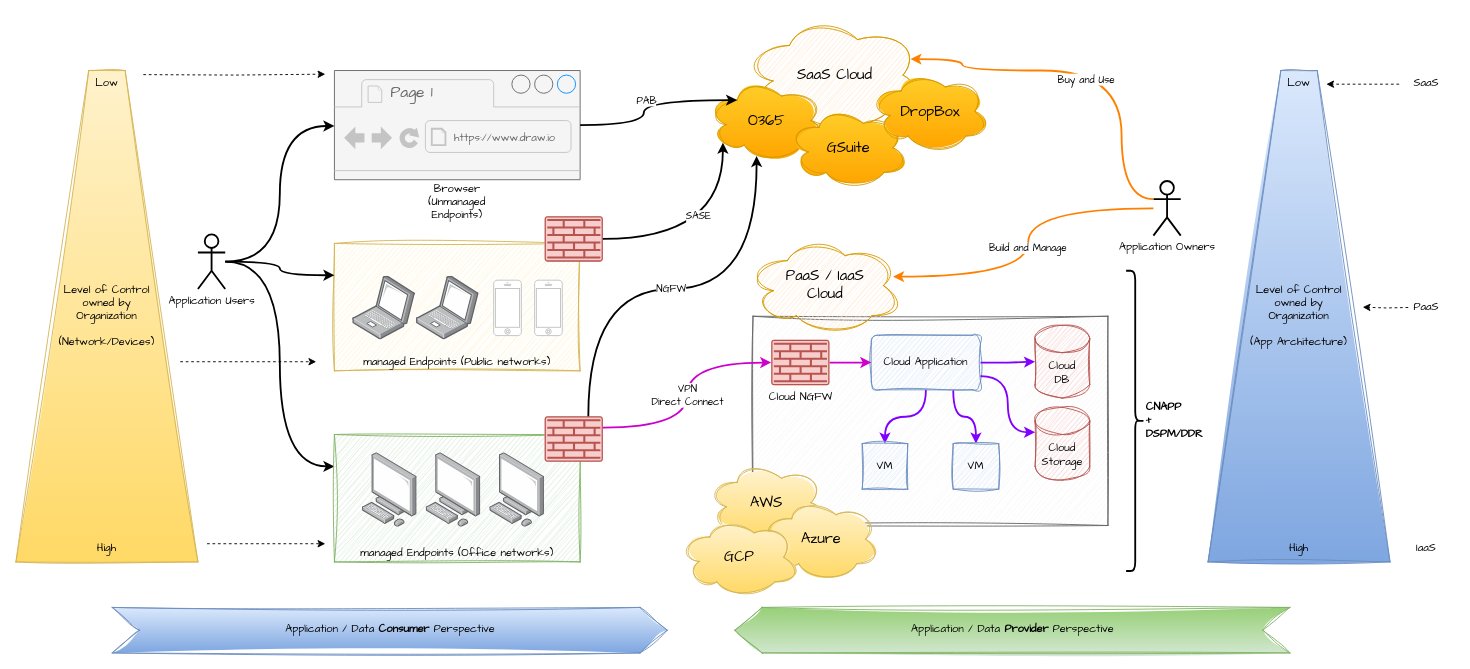
The draw.io diagram page "Page-2" (2 of 2) of Prisma Cloud - DSPM Architecture.drawio in billhoph/whiteboards, before the edit. Source tidied: cells renumbered, new cells numbered last; positions are measured from the earlier drawing's top-left corner, leaving out a move shared by most shapes. Both pictures are drawn from the tidied source at 91%, with x=0, y=0 at pixel (15, 15).
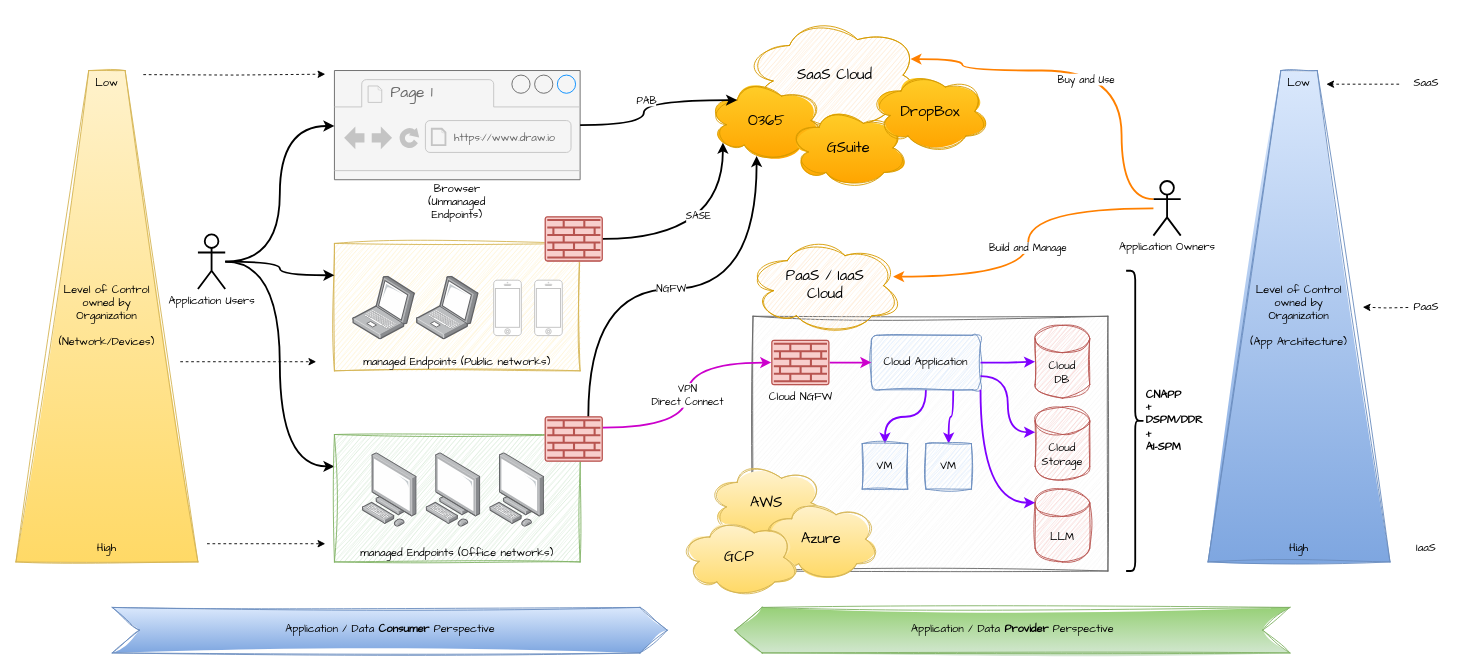
The same diagram, later.

Unchanged cells that the change refers to:
```xml
<mxCell id="37" value="Cloud Application" style="rounded=1;whiteSpace=wrap;html=1;sketch=1;hachureGap=4;jiggle=2;curveFitting=1;fontFamily=Architects Daughter;fillColor=#dae8fc;strokeColor=#6c8ebf;" parent="1" vertex="1">
  <mxGeometry x="940" y="350.9" width="120" height="60" as="geometry" />
</mxCell>
```

Diff of the diagram source:
```diff
@@
     <mxCell id="31" style="rounded=0;whiteSpace=wrap;html=1;sketch=1;hachureGap=4;jiggle=2;curveFitting=1;fontFamily=Architects Daughter;fillColor=#f5f5f5;fontColor=#333333;strokeColor=#666666;" parent="1" vertex="1">
-      <mxGeometry x="810" y="330" width="390" height="230" as="geometry" />
+      <mxGeometry x="810" y="330" width="390" height="280" as="geometry" />
     </mxCell>
@@
     <mxCell id="44" value="VM" style="whiteSpace=wrap;html=1;sketch=1;hachureGap=4;jiggle=2;curveFitting=1;fontFamily=Architects Daughter;fillColor=#dae8fc;strokeColor=#6c8ebf;" parent="1" vertex="1">
-      <mxGeometry x="1030" y="470" width="50" height="50" as="geometry" />
+      <mxGeometry x="1000" y="470" width="50" height="50" as="geometry" />
     </mxCell>
@@
-    <mxCell id="62" value="CNAPP&lt;div&gt;+&lt;/div&gt;&lt;div&gt;DSPM/DDR&lt;/div&gt;" style="shape=curlyBracket;whiteSpace=wrap;html=1;rounded=1;flipH=1;labelPosition=right;verticalLabelPosition=middle;align=left;verticalAlign=middle;hachureGap=4;fontFamily=Architects Daughter;fontStyle=1;strokeWidth=2;" parent="1" vertex="1">
+    <mxCell id="62" value="CNAPP&lt;div&gt;+&lt;/div&gt;&lt;div&gt;DSPM/DDR&lt;br&gt;+&lt;/div&gt;&lt;div&gt;AI-SPM&lt;/div&gt;" style="shape=curlyBracket;whiteSpace=wrap;html=1;rounded=1;flipH=1;labelPosition=right;verticalLabelPosition=middle;align=left;verticalAlign=middle;hachureGap=4;fontFamily=Architects Daughter;fontStyle=1;strokeWidth=2;" parent="1" vertex="1">
       <mxGeometry x="1220" y="280" width="20" height="330" as="geometry" />
     </mxCell>
@@
+    <mxCell id="65" value="LLM" style="shape=cylinder3;whiteSpace=wrap;html=1;boundedLbl=1;backgroundOutline=1;size=15;sketch=1;hachureGap=4;jiggle=2;curveFitting=1;fontFamily=Architects Daughter;fillColor=#f8cecc;strokeColor=#b85450;" parent="1" vertex="1">
+      <mxGeometry x="1120" y="520" width="60" height="80" as="geometry" />
+    </mxCell>
+    <mxCell id="66" style="edgeStyle=orthogonalEdgeStyle;rounded=0;hachureGap=4;jettySize=auto;html=1;exitX=1;exitY=1;exitDx=0;exitDy=0;entryX=0;entryY=0;entryDx=0;entryDy=15;entryPerimeter=0;fontFamily=Architects Daughter;flowAnimation=1;strokeWidth=2;strokeColor=#7F00FF;curved=1;" parent="1" edge="1" source="37" target="65">
+      <mxGeometry relative="1" as="geometry" />
+    </mxCell>
```
